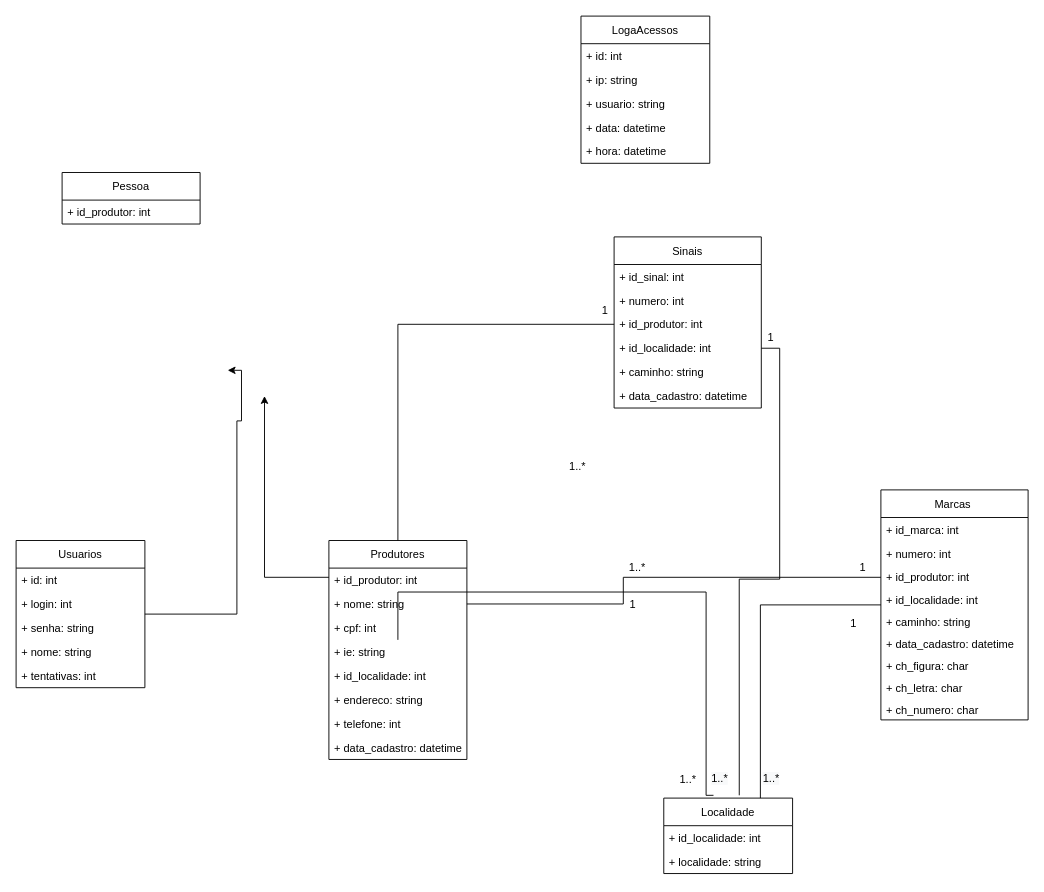
Earlier version of the draw.io diagram NovaArquitetura-Controle de Marcas e Sinais/marcas-sinais-novo_uml.drawio (RogerioTostes/TCC). Source tidied: cells renumbered, new cells numbered last; positions are measured from the earlier drawing's top-left corner, leaving out a move shared by most shapes. Both pictures are drawn from the tidied source at 92%, with x=0, y=0 at pixel (16, 16).
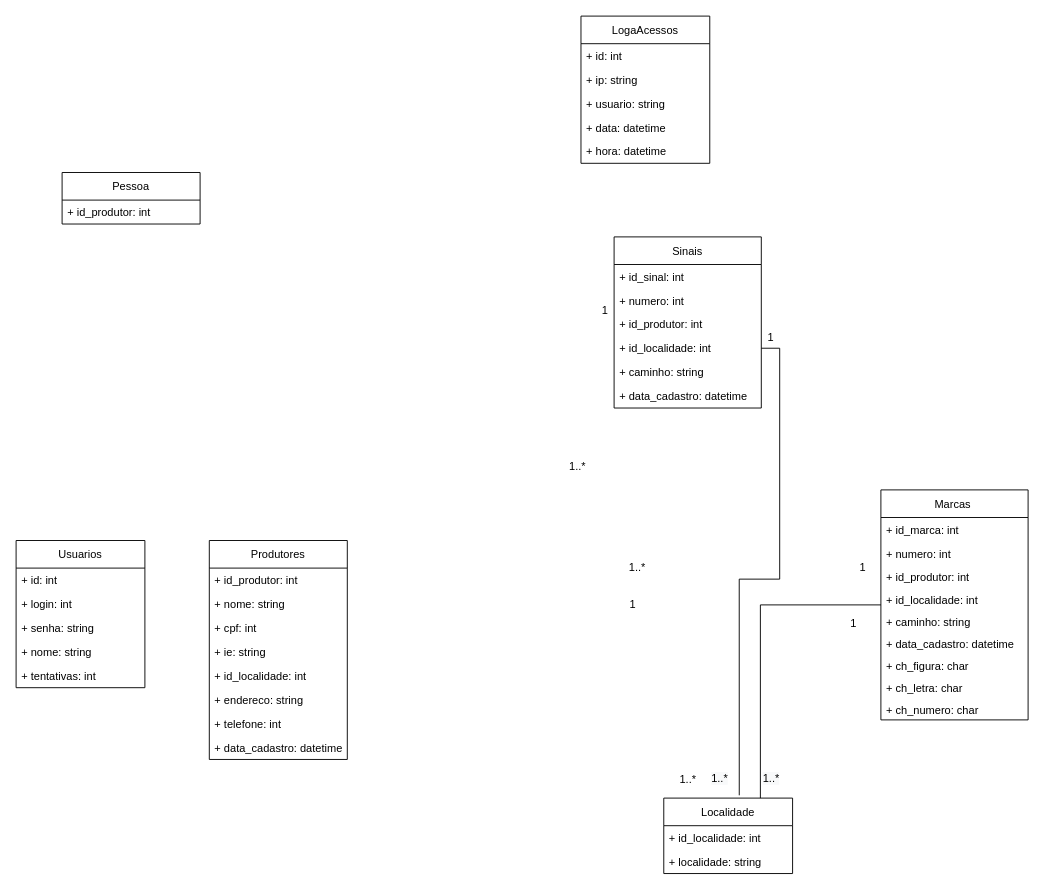
The same diagram, later.

The change refers to these unchanged cells:
```xml
<mxCell id="5" value="+ id_produtor: int" style="text;strokeColor=none;fillColor=none;align=left;verticalAlign=top;spacingLeft=4;spacingRight=4;overflow=hidden;points=[[0,0.5],[1,0.5]];portConstraint=eastwest;" parent="2" vertex="1">
  <mxGeometry y="82" width="160" height="26" as="geometry" />
</mxCell>
<mxCell id="11" value="Marcas " style="swimlane;fontStyle=0;horizontal=1;startSize=30;fillColor=none;" parent="1" vertex="1">
  <mxGeometry x="940" y="515" width="160" height="250" as="geometry" />
</mxCell>
<mxCell id="24" value="+ nome: string" style="text;strokeColor=none;fillColor=none;align=left;verticalAlign=top;spacingLeft=4;spacingRight=4;overflow=hidden;points=[[0,0.5],[1,0.5]];portConstraint=eastwest;" parent="22" vertex="1">
  <mxGeometry y="56" width="150" height="26" as="geometry" />
</mxCell>
<mxCell id="26" value="+ ie: string" style="text;strokeColor=none;fillColor=none;align=left;verticalAlign=top;spacingLeft=4;spacingRight=4;overflow=hidden;points=[[0,0.5],[1,0.5]];portConstraint=eastwest;" parent="22" vertex="1">
  <mxGeometry y="108" width="150" height="26" as="geometry" />
</mxCell>
<mxCell id="32" value="Usuarios" style="swimlane;fontStyle=0;horizontal=1;startSize=30;fillColor=none;" parent="1" vertex="1">
  <mxGeometry y="570" width="140" height="160" as="geometry" />
</mxCell>
<mxCell id="38" value="Localidade" style="swimlane;fontStyle=0;horizontal=1;startSize=30;fillColor=none;" parent="1" vertex="1">
  <mxGeometry x="704" y="850" width="140" height="82" as="geometry" />
</mxCell>
```

Diff of the diagram source:
```diff
@@
-    <mxCell id="10" style="edgeStyle=orthogonalEdgeStyle;rounded=0;jettySize=auto;html=1;entryX=1;entryY=0.5;entryDx=0;entryDy=0;endArrow=none;endFill=0;" parent="1" edge="1" source="11" target="24">
-      <mxGeometry relative="1" as="geometry">
-        <Array as="points">
-          <mxPoint x="660" y="610" />
-        </Array>
-      </mxGeometry>
-    </mxCell>
@@
-    <mxCell id="21" style="edgeStyle=orthogonalEdgeStyle;rounded=0;jettySize=auto;html=1;" parent="1" edge="1" source="22">
-      <mxGeometry relative="1" as="geometry">
-        <mxPoint x="270" y="413" as="targetPoint" />
-        <Array as="points">
-          <mxPoint x="270" y="610" />
-          <mxPoint x="270" y="413" />
-        </Array>
-      </mxGeometry>
-    </mxCell>
     <mxCell id="22" value="Produtores" style="swimlane;fontStyle=0;horizontal=1;startSize=30;fillColor=none;" parent="1" vertex="1">
-      <mxGeometry x="340" y="570" width="150" height="238" as="geometry" />
+      <mxGeometry x="210" y="570" width="150" height="238" as="geometry" />
     </mxCell>
@@
-    <mxCell id="31" style="edgeStyle=orthogonalEdgeStyle;rounded=0;jettySize=auto;html=1;" parent="1" edge="1" source="32">
-      <mxGeometry relative="1" as="geometry">
-        <mxPoint x="230" y="385" as="targetPoint" />
-        <Array as="points">
-          <mxPoint x="240" y="650" />
-          <mxPoint x="240" y="440" />
-          <mxPoint x="245" y="440" />
-        </Array>
-      </mxGeometry>
-    </mxCell>
@@
-    <mxCell id="41" style="edgeStyle=orthogonalEdgeStyle;rounded=0;jettySize=auto;html=1;entryX=0.386;entryY=-0.037;entryDx=0;entryDy=0;entryPerimeter=0;endArrow=none;endFill=0;" parent="1" edge="1" source="26" target="38">
-      <mxGeometry relative="1" as="geometry">
-        <Array as="points">
-          <mxPoint x="750" y="626" />
-          <mxPoint x="750" y="847" />
-        </Array>
-      </mxGeometry>
-    </mxCell>
@@
-    <mxCell id="50" style="edgeStyle=orthogonalEdgeStyle;rounded=0;jettySize=auto;html=1;entryX=0.5;entryY=0;entryDx=0;entryDy=0;endArrow=none;endFill=0;" parent="1" edge="1" source="5" target="22">
-      <mxGeometry relative="1" as="geometry" />
-    </mxCell>
```
